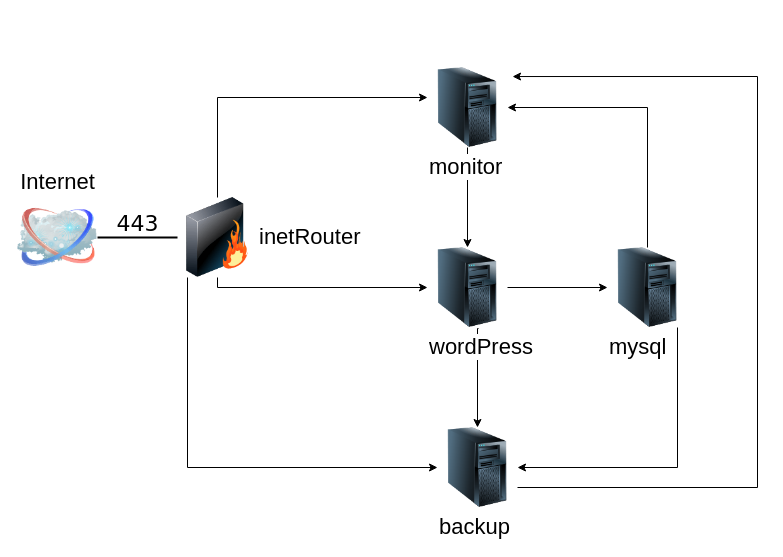
Earlier version of the draw.io diagram project/linux_project.drawio (MichaelNS/otus_linux). Source tidied: cells renumbered, new cells numbered last; positions are measured from the earlier drawing's top-left corner, leaving out a move shared by most shapes. Both pictures are drawn from the tidied source at 100%, with x=0, y=0 at pixel (17, 67).
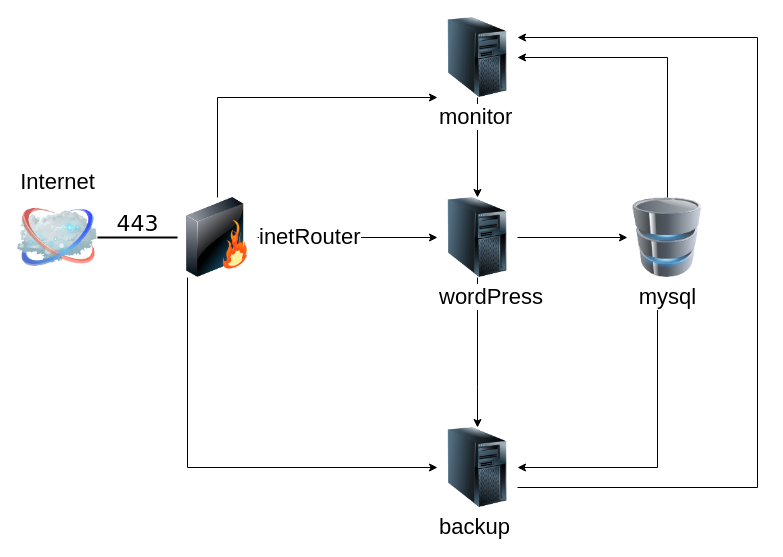
After the change.

Unchanged cells that the change refers to:
```xml
<mxCell id="6" value="&lt;div&gt;inetRouter&lt;/div&gt;" style="image;html=1;labelBackgroundColor=#ffffff;image=img/lib/clip_art/networking/Firewall_128x128.png;rounded=1;shadow=0;comic=0;strokeWidth=2;fontSize=22;labelPosition=right;verticalLabelPosition=middle;align=left;verticalAlign=middle;" parent="1" vertex="1">
  <mxGeometry x="160" y="130" width="80" height="80" as="geometry" />
</mxCell>
<mxCell id="11" value="&lt;div style=&quot;font-size: 22px&quot;&gt;backup&lt;/div&gt;" style="image;html=1;image=img/lib/clip_art/computers/Server_Tower_128x128.png;align=left;" parent="1" vertex="1">
  <mxGeometry x="420" y="360" width="80" height="80" as="geometry" />
</mxCell>
```

Change to the diagram source:
```diff
@@
-    <mxCell id="4" style="edgeStyle=orthogonalEdgeStyle;rounded=0;jettySize=auto;html=1;exitX=0.5;exitY=1;exitDx=0;exitDy=0;fontSize=22;" parent="1" edge="1" source="6" target="9">
-      <mxGeometry relative="1" as="geometry">
-        <Array as="points">
-          <mxPoint x="200" y="220" />
-        </Array>
-      </mxGeometry>
+    <mxCell id="4" style="edgeStyle=orthogonalEdgeStyle;rounded=0;jettySize=auto;html=1;fontSize=22;" parent="1" edge="1" source="6" target="9">
+      <mxGeometry relative="1" as="geometry" />
     </mxCell>
@@
-    <mxCell id="7" style="edgeStyle=orthogonalEdgeStyle;rounded=0;jettySize=auto;html=1;fontSize=22;" parent="1" edge="1" source="9" target="13">
+    <mxCell id="7" style="edgeStyle=orthogonalEdgeStyle;rounded=0;jettySize=auto;html=1;fontSize=22;entryX=0;entryY=0.5;entryDx=0;entryDy=0;" parent="1" edge="1" source="9" target="13">
       <mxGeometry relative="1" as="geometry" />
     </mxCell>
-    <mxCell id="8" style="edgeStyle=orthogonalEdgeStyle;rounded=0;jettySize=auto;html=1;exitX=0.638;exitY=1.013;exitDx=0;exitDy=0;fontSize=22;exitPerimeter=0;" parent="1" edge="1" source="9" target="11">
+    <mxCell id="8" style="edgeStyle=orthogonalEdgeStyle;rounded=0;jettySize=auto;html=1;exitX=0.5;exitY=1;exitDx=0;exitDy=0;fontSize=22;" parent="1" edge="1" source="9" target="11">
       <mxGeometry relative="1" as="geometry">
         <Array as="points">
-          <mxPoint x="460" y="261" />
+          <mxPoint x="460" y="320" />
+          <mxPoint x="460" y="320" />
         </Array>
       </mxGeometry>
     </mxCell>
     <mxCell id="9" value="&lt;div style=&quot;font-size: 22px&quot;&gt;&lt;font style=&quot;font-size: 22px&quot;&gt;wordPress&lt;/font&gt;&lt;/div&gt;" style="image;html=1;image=img/lib/clip_art/computers/Server_Tower_128x128.png;align=left;" parent="1" vertex="1">
-      <mxGeometry x="410" y="180" width="80" height="80" as="geometry" />
+      <mxGeometry x="420" y="130" width="80" height="80" as="geometry" />
     </mxCell>
-    <mxCell id="10" style="edgeStyle=orthogonalEdgeStyle;rounded=0;jettySize=auto;html=1;exitX=1;exitY=0.75;exitDx=0;exitDy=0;entryX=1.063;entryY=0.113;entryDx=0;entryDy=0;entryPerimeter=0;fontSize=22;strokeColor=default;" parent="1" edge="1" source="11" target="17">
+    <mxCell id="10" style="edgeStyle=orthogonalEdgeStyle;rounded=0;jettySize=auto;html=1;exitX=1;exitY=0.75;exitDx=0;exitDy=0;entryX=1;entryY=0.25;entryDx=0;entryDy=0;fontSize=22;strokeColor=default;" parent="1" edge="1" source="11" target="17">
       <mxGeometry relative="1" as="geometry">
         <Array as="points">
           <mxPoint x="740" y="420" />
-          <mxPoint x="740" y="9" />
+          <mxPoint x="740" y="-30" />
         </Array>
       </mxGeometry>
     </mxCell>
@@
-    <mxCell id="12" style="edgeStyle=orthogonalEdgeStyle;rounded=0;jettySize=auto;html=1;fontSize=22;" parent="1" edge="1" source="13" target="11">
+    <mxCell id="12" style="edgeStyle=orthogonalEdgeStyle;rounded=0;jettySize=auto;html=1;fontSize=22;exitX=0.5;exitY=1.125;exitDx=0;exitDy=0;exitPerimeter=0;" parent="1" edge="1" source="13" target="11">
       <mxGeometry relative="1" as="geometry">
         <Array as="points">
-          <mxPoint x="660" y="400" />
+          <mxPoint x="640" y="400" />
         </Array>
       </mxGeometry>
     </mxCell>
-    <mxCell id="13" value="&lt;div style=&quot;font-size: 22px&quot;&gt;&lt;font style=&quot;font-size: 22px&quot;&gt;mysql&lt;/font&gt;&lt;/div&gt;" style="image;html=1;image=img/lib/clip_art/computers/Server_Tower_128x128.png;align=left;" parent="1" vertex="1">
-      <mxGeometry x="590" y="180" width="80" height="80" as="geometry" />
-    </mxCell>
@@
-    <mxCell id="16" style="edgeStyle=orthogonalEdgeStyle;rounded=0;jettySize=auto;html=1;fontSize=22;" parent="1" edge="1" source="13" target="17">
+    <mxCell id="16" style="edgeStyle=orthogonalEdgeStyle;rounded=0;jettySize=auto;html=1;fontSize=22;exitX=0.5;exitY=0;exitDx=0;exitDy=0;" parent="1" edge="1" source="13" target="17">
       <mxGeometry relative="1" as="geometry">
         <Array as="points">
-          <mxPoint x="630" y="40" />
+          <mxPoint x="650" y="-10" />
         </Array>
       </mxGeometry>
     </mxCell>
     <mxCell id="17" value="&lt;div style=&quot;font-size: 22px&quot;&gt;monitor&lt;/div&gt;" style="image;html=1;image=img/lib/clip_art/computers/Server_Tower_128x128.png;align=left;" parent="1" vertex="1">
-      <mxGeometry x="410" width="80" height="80" as="geometry" />
+      <mxGeometry x="420" y="-50" width="80" height="80" as="geometry" />
     </mxCell>
+    <mxCell id="13" value="&lt;div&gt;mysql&lt;/div&gt;" style="image;html=1;image=img/lib/clip_art/computers/Database_128x128.png;fontSize=22;" parent="1" vertex="1">
+      <mxGeometry x="610" y="130" width="80" height="80" as="geometry" />
+    </mxCell>
```
